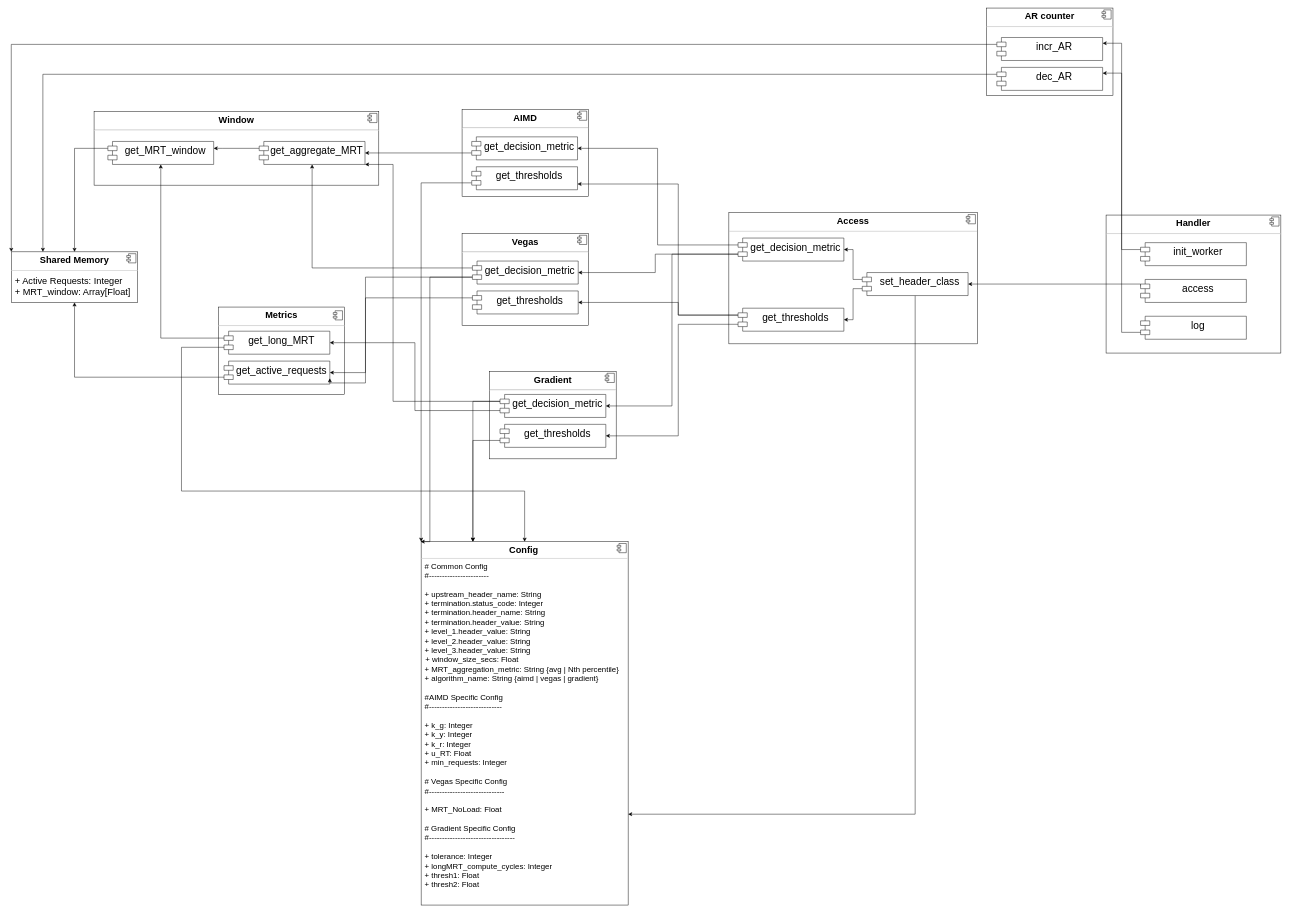
Before: Untitled Diagram.drawio in programmer290399/resources, a draw.io diagram. Source tidied: cells renumbered, new cells numbered last; positions are measured from the earlier drawing's top-left corner, leaving out a move shared by most shapes. Both pictures are drawn from the tidied source at 46%, with x=0, y=0 at pixel (11, 8).
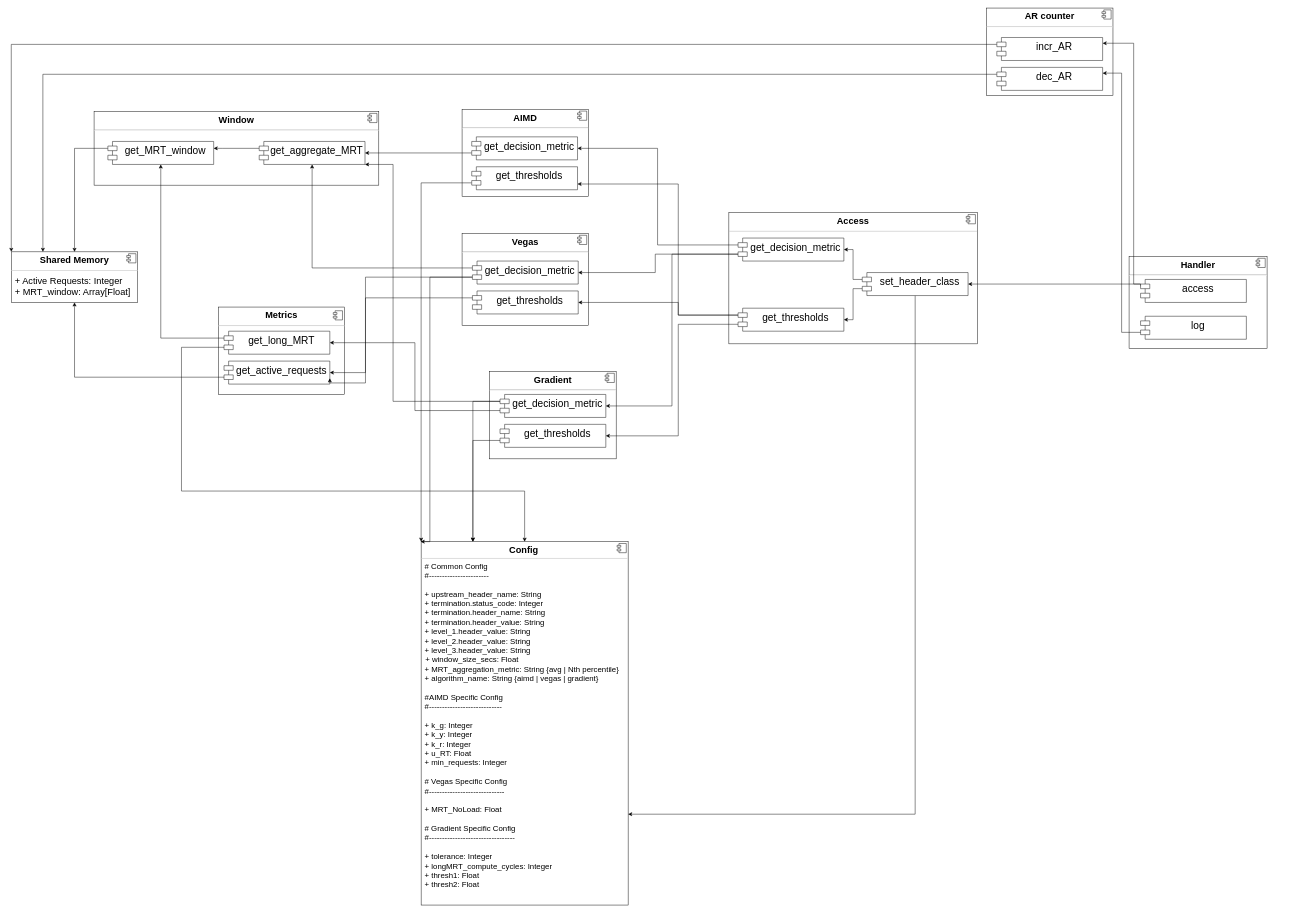
The same diagram, later.

Unchanged cells that the change refers to:
```xml
<mxCell id="54" value="incr_AR" style="shape=module;align=left;spacingLeft=20;align=center;verticalAlign=top;fontSize=22;" parent="1" vertex="1">
  <mxGeometry x="2142.5" y="64" width="230" height="50" as="geometry" />
</mxCell>
```

The edit, as a diff of the source:
```diff
@@
     <mxCell id="4" value="&lt;p style=&quot;margin: 0px ; margin-top: 6px ; text-align: center&quot;&gt;&lt;b&gt;Handler&lt;/b&gt;&lt;/p&gt;&lt;hr&gt;&lt;p style=&quot;margin: 0px ; margin-left: 8px&quot;&gt;&lt;br&gt;&lt;/p&gt;" style="align=left;overflow=fill;html=1;fontSize=20;" parent="1" vertex="1">
-      <mxGeometry x="2380" y="450" width="380" height="300" as="geometry" />
+      <mxGeometry x="2430" y="540" width="300" height="200" as="geometry" />
     </mxCell>
@@
-    <mxCell id="18" value="init_worker" style="shape=module;align=left;spacingLeft=20;align=center;verticalAlign=top;fontSize=22;" parent="1" vertex="1">
-      <mxGeometry x="2455" y="510" width="230" height="50" as="geometry" />
-    </mxCell>
@@
-    <mxCell id="64" style="edgeStyle=orthogonalEdgeStyle;rounded=0;jettySize=auto;html=1;exitX=0;exitY=0;exitDx=0;exitDy=15;exitPerimeter=0;entryX=1;entryY=0.25;entryDx=0;entryDy=0;fontSize=22;" parent="1" edge="1" source="18" target="54">
-      <mxGeometry relative="1" as="geometry" />
+    <mxCell id="64" style="edgeStyle=orthogonalEdgeStyle;rounded=0;jettySize=auto;html=1;entryX=1;entryY=0.25;entryDx=0;entryDy=0;fontSize=22;" parent="1" edge="1" target="54">
+      <mxGeometry relative="1" as="geometry">
+        <mxPoint x="2455" y="600" as="sourcePoint" />
+        <Array as="points">
+          <mxPoint x="2440" y="600" />
+          <mxPoint x="2440" y="76" />
+        </Array>
+      </mxGeometry>
     </mxCell>
```
